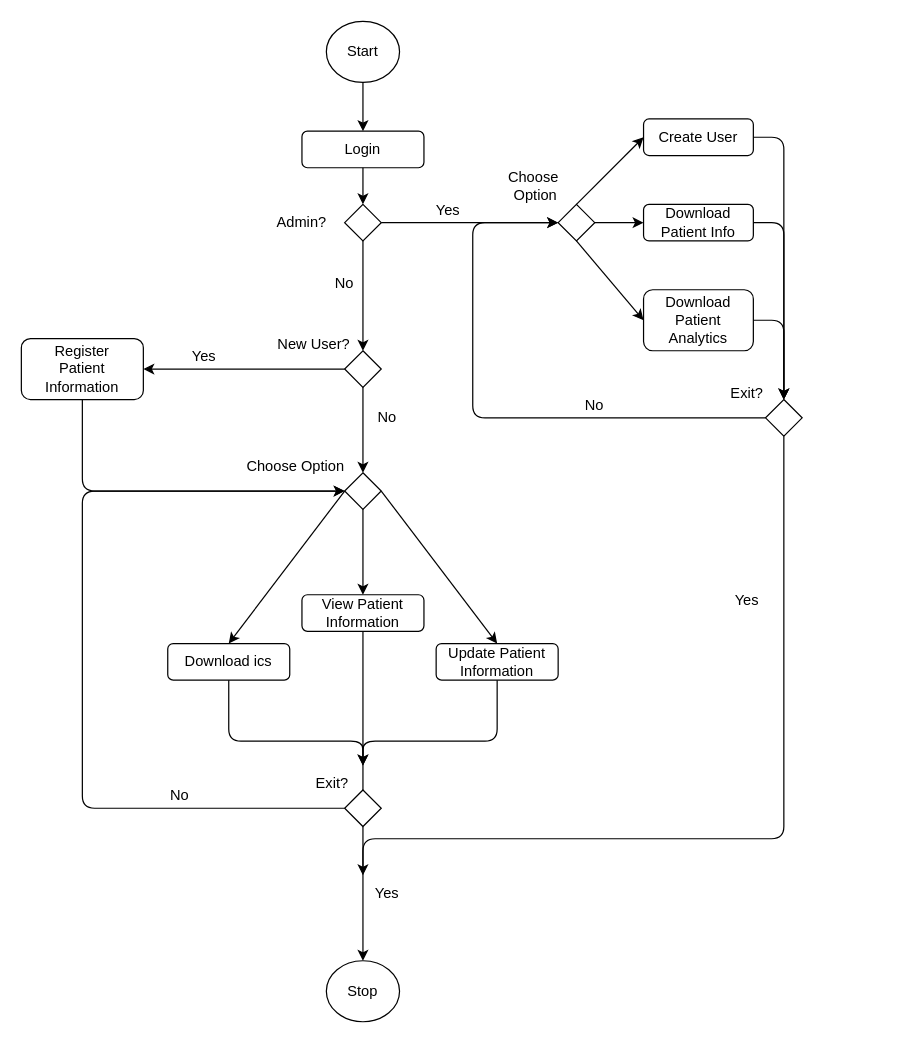
JonahKayizzi/life-prognosis-gahinga6 keeps this draw.io diagram as page "ActivityDiagram" (2 of 2) of LifePrognosis-DesignDiagrams.drawio. Above is the earlier version. Source tidied: cells renumbered, new cells numbered last; positions are measured from the earlier drawing's top-left corner, leaving out a move shared by most shapes. Both pictures are drawn from the tidied source at 122%, with x=0, y=0 at pixel (21, 21).
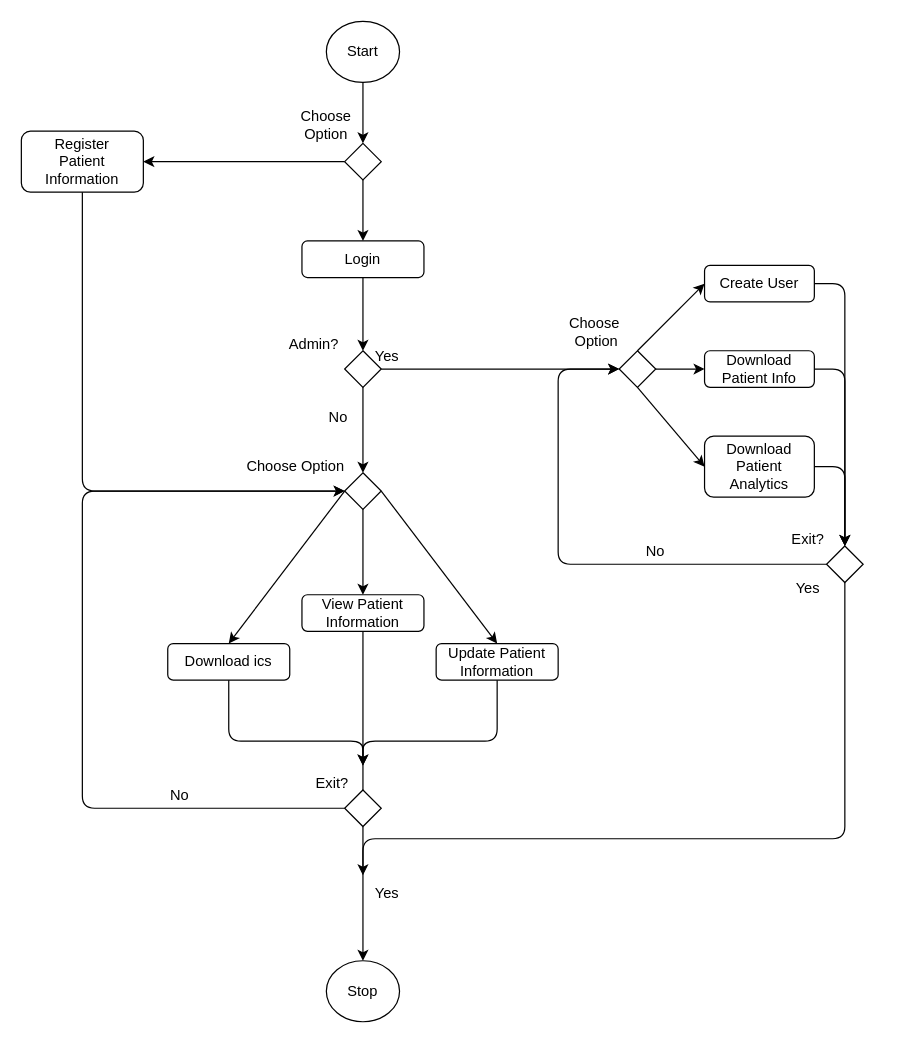
Above is the later version.

Commit message:
Modify activity diagram to allow patient registration before login

The change refers to these unchanged cells:
```xml
<mxCell id="2" value="Start" style="ellipse;whiteSpace=wrap;html=1;" parent="1" vertex="1">
  <mxGeometry x="250" width="60" height="50" as="geometry" />
</mxCell>
```

Change to the diagram source:
```diff
@@
     <mxCell id="3" value="Login" style="rounded=1;whiteSpace=wrap;html=1;" parent="1" vertex="1">
-      <mxGeometry x="230" y="90" width="100" height="30" as="geometry" />
+      <mxGeometry x="230" y="180" width="100" height="30" as="geometry" />
     </mxCell>
-    <mxCell id="4" style="endArrow=classic;html=1;exitX=0.5;exitY=1;exitDx=0;exitDy=0;entryX=0.5;entryY=0;entryDx=0;entryDy=0;" parent="1" edge="1" source="2" target="3">
+    <mxCell id="4" style="endArrow=classic;html=1;exitX=0.5;exitY=1;exitDx=0;exitDy=0;entryX=0.5;entryY=0;entryDx=0;entryDy=0;" parent="1" edge="1" source="2" target="13">
       <mxGeometry relative="1" as="geometry" />
     </mxCell>
     <mxCell id="5" style="rhombus;whiteSpace=wrap;html=1;" parent="1" vertex="1">
-      <mxGeometry x="265" y="150" width="30" height="30" as="geometry" />
+      <mxGeometry x="265" y="270" width="30" height="30" as="geometry" />
     </mxCell>
@@
     <mxCell id="7" style="rhombus;whiteSpace=wrap;html=1;" parent="1" vertex="1">
-      <mxGeometry x="440" y="150" width="30" height="30" as="geometry" />
+      <mxGeometry x="490" y="270" width="30" height="30" as="geometry" />
     </mxCell>
     <mxCell id="8" value="Admin?" style="text;html=1;strokeColor=none;fillColor=none;align=center;verticalAlign=middle;whiteSpace=wrap;rounded=0;" parent="1" vertex="1">
-      <mxGeometry x="200" y="150" width="60" height="30" as="geometry" />
+      <mxGeometry x="210" y="250" width="60" height="30" as="geometry" />
     </mxCell>
@@
     <mxCell id="10" value="Yes" style="text;html=1;strokeColor=none;fillColor=none;align=center;verticalAlign=middle;whiteSpace=wrap;rounded=0;" parent="1" vertex="1">
-      <mxGeometry x="320" y="140" width="60" height="30" as="geometry" />
+      <mxGeometry x="270" y="260" width="60" height="30" as="geometry" />
     </mxCell>
-    <mxCell id="11" style="endArrow=classic;html=1;exitX=0.5;exitY=1;exitDx=0;exitDy=0;entryX=0.5;entryY=0;entryDx=0;entryDy=0;" parent="1" edge="1" source="5" target="13">
+    <mxCell id="11" style="endArrow=classic;html=1;exitX=0;exitY=0.5;exitDx=0;exitDy=0;entryX=1;entryY=0.5;entryDx=0;entryDy=0;" parent="1" edge="1" source="13" target="16">
       <mxGeometry relative="1" as="geometry" />
     </mxCell>
-    <mxCell id="12" value="No" style="text;html=1;strokeColor=none;fillColor=none;align=center;verticalAlign=middle;whiteSpace=wrap;rounded=0;" parent="1" vertex="1">
-      <mxGeometry x="235" y="200" width="60" height="30" as="geometry" />
-    </mxCell>
     <mxCell id="13" style="rhombus;whiteSpace=wrap;html=1;" parent="1" vertex="1">
-      <mxGeometry x="265" y="270" width="30" height="30" as="geometry" />
+      <mxGeometry x="265" y="100" width="30" height="30" as="geometry" />
     </mxCell>
-    <mxCell id="14" value="New User?" style="text;html=1;strokeColor=none;fillColor=none;align=center;verticalAlign=middle;whiteSpace=wrap;rounded=0;" parent="1" vertex="1">
-      <mxGeometry x="200" y="250" width="80" height="30" as="geometry" />
+    <mxCell id="14" value="Choose Option" style="text;html=1;strokeColor=none;fillColor=none;align=center;verticalAlign=middle;whiteSpace=wrap;rounded=0;" parent="1" vertex="1">
+      <mxGeometry x="210" y="70" width="80" height="30" as="geometry" />
     </mxCell>
-    <mxCell id="15" style="endArrow=classic;html=1;exitX=0;exitY=0.5;exitDx=0;exitDy=0;" parent="1" edge="1" source="13">
-      <mxGeometry relative="1" as="geometry">
-        <mxPoint x="100" y="285" as="targetPoint" />
-      </mxGeometry>
-    </mxCell>
     <mxCell id="16" value="Register&lt;br&gt;Patient&lt;br&gt;Information" style="rounded=1;whiteSpace=wrap;html=1;" parent="1" vertex="1">
-      <mxGeometry y="260" width="100" height="50" as="geometry" />
+      <mxGeometry y="90" width="100" height="50" as="geometry" />
     </mxCell>
-    <mxCell id="17" value="Yes" style="text;html=1;strokeColor=none;fillColor=none;align=center;verticalAlign=middle;whiteSpace=wrap;rounded=0;" parent="1" vertex="1">
-      <mxGeometry x="110" y="260" width="80" height="30" as="geometry" />
-    </mxCell>
-    <mxCell id="18" style="endArrow=classic;html=1;exitX=0.5;exitY=1;exitDx=0;exitDy=0;" parent="1" edge="1" source="13">
+    <mxCell id="18" style="endArrow=classic;html=1;exitX=0.5;exitY=1;exitDx=0;exitDy=0;" parent="1" edge="1" source="5">
       <mxGeometry relative="1" as="geometry">
         <mxPoint x="280" y="370" as="targetPoint" />
       </mxGeometry>
     </mxCell>
     <mxCell id="19" value="No" style="text;html=1;strokeColor=none;fillColor=none;align=center;verticalAlign=middle;whiteSpace=wrap;rounded=0;" parent="1" vertex="1">
-      <mxGeometry x="260" y="310" width="80" height="30" as="geometry" />
+      <mxGeometry x="220" y="310" width="80" height="30" as="geometry" />
     </mxCell>
@@
     <mxCell id="39" style="endArrow=classic;html=1;exitX=1;exitY=0.5;exitDx=0;exitDy=0;" parent="1" edge="1" source="7">
       <mxGeometry relative="1" as="geometry">
-        <mxPoint x="510" y="165" as="targetPoint" />
+        <mxPoint x="560" y="285" as="targetPoint" />
       </mxGeometry>
     </mxCell>
@@
     <mxCell id="41" value="Create User" style="rounded=1;whiteSpace=wrap;html=1;" parent="1" vertex="1">
-      <mxGeometry x="510" y="80" width="90" height="30" as="geometry" />
+      <mxGeometry x="560" y="200" width="90" height="30" as="geometry" />
     </mxCell>
     <mxCell id="42" value="Download Patient Info" style="rounded=1;whiteSpace=wrap;html=1;" parent="1" vertex="1">
-      <mxGeometry x="510" y="150" width="90" height="30" as="geometry" />
+      <mxGeometry x="560" y="270" width="90" height="30" as="geometry" />
     </mxCell>
     <mxCell id="43" value="Download Patient Analytics" style="rounded=1;whiteSpace=wrap;html=1;" parent="1" vertex="1">
-      <mxGeometry x="510" y="220" width="90" height="50" as="geometry" />
+      <mxGeometry x="560" y="340" width="90" height="50" as="geometry" />
     </mxCell>
     <mxCell id="44" value="Choose&lt;br&gt;&amp;nbsp;Option" style="text;html=1;strokeColor=none;fillColor=none;align=center;verticalAlign=middle;whiteSpace=wrap;rounded=0;" parent="1" vertex="1">
-      <mxGeometry x="370" y="120" width="100" height="30" as="geometry" />
+      <mxGeometry x="420" y="240" width="100" height="30" as="geometry" />
     </mxCell>
     <mxCell id="45" style="rhombus;whiteSpace=wrap;html=1;" parent="1" vertex="1">
-      <mxGeometry x="610" y="310" width="30" height="30" as="geometry" />
+      <mxGeometry x="660" y="430" width="30" height="30" as="geometry" />
     </mxCell>
@@
     <mxCell id="49" value="Exit?" style="text;html=1;strokeColor=none;fillColor=none;align=center;verticalAlign=middle;whiteSpace=wrap;rounded=0;" parent="1" vertex="1">
-      <mxGeometry x="540" y="290" width="110" height="30" as="geometry" />
+      <mxGeometry x="590" y="410" width="110" height="30" as="geometry" />
     </mxCell>
     <mxCell id="50" style="endArrow=classic;html=1;exitX=0.5;exitY=1;exitDx=0;exitDy=0;edgeStyle=orthogonalEdgeStyle;" parent="1" edge="1" source="45">
       <mxGeometry relative="1" as="geometry">
         <mxPoint x="280" y="700" as="targetPoint" />
         <Array as="points">
-          <mxPoint x="625" y="670" />
+          <mxPoint x="675" y="670" />
           <mxPoint x="280" y="670" />
         </Array>
       </mxGeometry>
     </mxCell>
     <mxCell id="51" value="Yes" style="text;html=1;strokeColor=none;fillColor=none;align=center;verticalAlign=middle;whiteSpace=wrap;rounded=0;" parent="1" vertex="1">
-      <mxGeometry x="540" y="460" width="110" height="30" as="geometry" />
+      <mxGeometry x="590" y="450" width="110" height="30" as="geometry" />
     </mxCell>
     <mxCell id="52" style="endArrow=classic;html=1;exitX=0;exitY=0.5;exitDx=0;exitDy=0;entryX=0;entryY=0.5;entryDx=0;entryDy=0;edgeStyle=orthogonalEdgeStyle;" parent="1" edge="1" source="45" target="7">
       <mxGeometry relative="1" as="geometry">
         <Array as="points">
-          <mxPoint x="370" y="325" />
-          <mxPoint x="370" y="165" />
+          <mxPoint x="440" y="445" />
+          <mxPoint x="440" y="285" />
         </Array>
       </mxGeometry>
     </mxCell>
     <mxCell id="53" value="No" style="text;html=1;strokeColor=none;fillColor=none;align=center;verticalAlign=middle;whiteSpace=wrap;rounded=0;" parent="1" vertex="1">
-      <mxGeometry x="430" y="300" width="80" height="30" as="geometry" />
+      <mxGeometry x="480" y="420" width="80" height="30" as="geometry" />
     </mxCell>
@@
+    <mxCell id="55" style="endArrow=classic;html=1;exitX=0.5;exitY=1;exitDx=0;exitDy=0;entryX=0.5;entryY=0;entryDx=0;entryDy=0;" parent="1" edge="1" source="13" target="3">
+      <mxGeometry relative="1" as="geometry" />
+    </mxCell>
```
